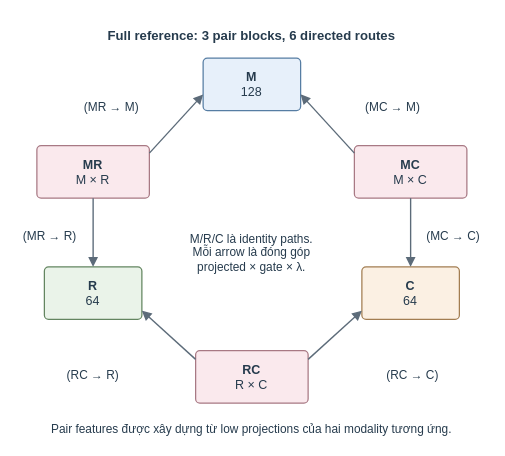
Above: figures_source/full-pairwise-graph.drawio in moimoi05/kltn (draw.io), before the change. Source tidied: cells renumbered, new cells numbered last; positions are measured from the earlier drawing's top-left corner, leaving out a move shared by most shapes. Both pictures are drawn from the tidied source at 125%, with x=0, y=0 at pixel (20, 21).
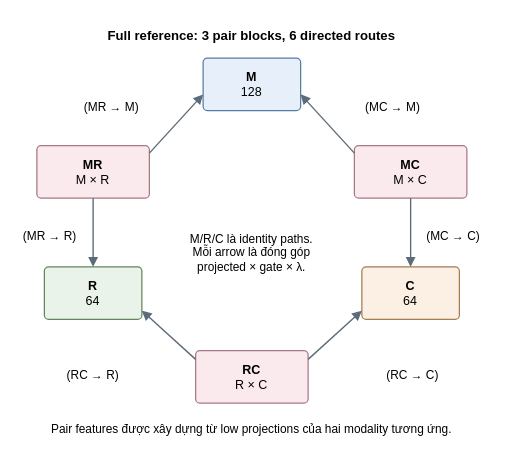
After the change.

Change to the diagram source:
```diff
@@
-    <mxCell id="2" value="Full reference: 3 pair blocks, 6 directed routes" style="html=1;fontFamily=Arial;fontColor=#263B4D;whiteSpace=wrap;text;strokeColor=none;fillColor=none;fontSize=10.5;fontStyle=1;align=center;verticalAlign=top;spacing=0;" parent="1" vertex="1">
+    <mxCell id="2" value="Full reference: 3 pair blocks, 6 directed routes" style="html=1;fontFamily=Arial;fontColor=#000000;whiteSpace=wrap;text;strokeColor=none;fillColor=none;fontSize=10.5;fontStyle=1;align=center;verticalAlign=top;spacing=0;" parent="1" vertex="1">
       <mxGeometry x="69" width="231.9" height="13" as="geometry" />
     </mxCell>
-    <mxCell id="3" value="&lt;b&gt;M&lt;/b&gt;&lt;br&gt;128" style="html=1;fontFamily=Arial;fontColor=#263B4D;whiteSpace=wrap;rounded=1;arcSize=8;fillColor=#E7F0FA;strokeColor=#567DA3;strokeWidth=1;fontSize=10;spacing=5;" parent="1" vertex="1">
+    <mxCell id="3" value="&lt;b&gt;M&lt;/b&gt;&lt;br&gt;128" style="html=1;fontFamily=Arial;fontColor=#000000;whiteSpace=wrap;rounded=1;arcSize=8;fillColor=#E7F0FA;strokeColor=#567DA3;strokeWidth=1;fontSize=10;spacing=5;" parent="1" vertex="1">
       <mxGeometry x="146" y="29" width="78" height="42" as="geometry" />
     </mxCell>
-    <mxCell id="4" value="&lt;b&gt;MR&lt;/b&gt;&lt;br&gt;M × R" style="html=1;fontFamily=Arial;fontColor=#263B4D;whiteSpace=wrap;rounded=1;arcSize=8;fillColor=#FAE9ED;strokeColor=#A87984;strokeWidth=1;fontSize=10;spacing=5;" parent="1" vertex="1">
+    <mxCell id="4" value="&lt;b&gt;MR&lt;/b&gt;&lt;br&gt;M × R" style="html=1;fontFamily=Arial;fontColor=#000000;whiteSpace=wrap;rounded=1;arcSize=8;fillColor=#FAE9ED;strokeColor=#A87984;strokeWidth=1;fontSize=10;spacing=5;" parent="1" vertex="1">
       <mxGeometry x="13" y="99" width="90" height="42" as="geometry" />
     </mxCell>
-    <mxCell id="5" value="&lt;b&gt;MC&lt;/b&gt;&lt;br&gt;M × C" style="html=1;fontFamily=Arial;fontColor=#263B4D;whiteSpace=wrap;rounded=1;arcSize=8;fillColor=#FAE9ED;strokeColor=#A87984;strokeWidth=1;fontSize=10;spacing=5;" parent="1" vertex="1">
+    <mxCell id="5" value="&lt;b&gt;MC&lt;/b&gt;&lt;br&gt;M × C" style="html=1;fontFamily=Arial;fontColor=#000000;whiteSpace=wrap;rounded=1;arcSize=8;fillColor=#FAE9ED;strokeColor=#A87984;strokeWidth=1;fontSize=10;spacing=5;" parent="1" vertex="1">
       <mxGeometry x="267" y="99" width="90" height="42" as="geometry" />
     </mxCell>
-    <mxCell id="6" value="&lt;b&gt;R&lt;/b&gt;&lt;br&gt;64" style="html=1;fontFamily=Arial;fontColor=#263B4D;whiteSpace=wrap;rounded=1;arcSize=8;fillColor=#EAF3E9;strokeColor=#638560;strokeWidth=1;fontSize=10;spacing=5;" parent="1" vertex="1">
+    <mxCell id="6" value="&lt;b&gt;R&lt;/b&gt;&lt;br&gt;64" style="html=1;fontFamily=Arial;fontColor=#000000;whiteSpace=wrap;rounded=1;arcSize=8;fillColor=#EAF3E9;strokeColor=#638560;strokeWidth=1;fontSize=10;spacing=5;" parent="1" vertex="1">
       <mxGeometry x="19" y="196" width="78" height="42" as="geometry" />
     </mxCell>
-    <mxCell id="7" value="&lt;b&gt;C&lt;/b&gt;&lt;br&gt;64" style="html=1;fontFamily=Arial;fontColor=#263B4D;whiteSpace=wrap;rounded=1;arcSize=8;fillColor=#FBF0E3;strokeColor=#A27D51;strokeWidth=1;fontSize=10;spacing=5;" parent="1" vertex="1">
+    <mxCell id="7" value="&lt;b&gt;C&lt;/b&gt;&lt;br&gt;64" style="html=1;fontFamily=Arial;fontColor=#000000;whiteSpace=wrap;rounded=1;arcSize=8;fillColor=#FBF0E3;strokeColor=#A27D51;strokeWidth=1;fontSize=10;spacing=5;" parent="1" vertex="1">
       <mxGeometry x="273" y="196" width="78" height="42" as="geometry" />
     </mxCell>
-    <mxCell id="8" value="&lt;b&gt;RC&lt;/b&gt;&lt;br&gt;R × C" style="html=1;fontFamily=Arial;fontColor=#263B4D;whiteSpace=wrap;rounded=1;arcSize=8;fillColor=#FAE9ED;strokeColor=#A87984;strokeWidth=1;fontSize=10;spacing=5;" parent="1" vertex="1">
+    <mxCell id="8" value="&lt;b&gt;RC&lt;/b&gt;&lt;br&gt;R × C" style="html=1;fontFamily=Arial;fontColor=#000000;whiteSpace=wrap;rounded=1;arcSize=8;fillColor=#FAE9ED;strokeColor=#A87984;strokeWidth=1;fontSize=10;spacing=5;" parent="1" vertex="1">
       <mxGeometry x="140" y="263" width="90" height="42" as="geometry" />
     </mxCell>
-    <mxCell id="9" style="html=1;fontFamily=Arial;fontColor=#263B4D;whiteSpace=wrap;edgeStyle=none;rounded=0;endArrow=block;endFill=1;endSize=5;startArrow=none;startFill=1;startSize=5;strokeColor=#5C6B79;strokeWidth=1.1;" parent="1" edge="1">
+    <mxCell id="9" style="html=1;fontFamily=Arial;fontColor=#000000;whiteSpace=wrap;edgeStyle=none;rounded=0;endArrow=block;endFill=1;endSize=5;startArrow=none;startFill=1;startSize=5;strokeColor=#5C6B79;strokeWidth=1.1;" parent="1" edge="1">
       <mxGeometry relative="1" as="geometry">
         <mxPoint x="103" y="105" as="sourcePoint" />
         <mxPoint x="146" y="58" as="targetPoint" />
       </mxGeometry>
     </mxCell>
-    <mxCell id="10" style="html=1;fontFamily=Arial;fontColor=#263B4D;whiteSpace=wrap;edgeStyle=none;rounded=0;endArrow=block;endFill=1;endSize=5;startArrow=none;startFill=1;startSize=5;strokeColor=#5C6B79;strokeWidth=1.1;" parent="1" edge="1">
+    <mxCell id="10" style="html=1;fontFamily=Arial;fontColor=#000000;whiteSpace=wrap;edgeStyle=none;rounded=0;endArrow=block;endFill=1;endSize=5;startArrow=none;startFill=1;startSize=5;strokeColor=#5C6B79;strokeWidth=1.1;" parent="1" edge="1">
       <mxGeometry relative="1" as="geometry">
         <mxPoint x="267" y="105" as="sourcePoint" />
         <mxPoint x="224" y="58" as="targetPoint" />
       </mxGeometry>
     </mxCell>
-    <mxCell id="11" style="html=1;fontFamily=Arial;fontColor=#263B4D;whiteSpace=wrap;edgeStyle=none;rounded=0;endArrow=block;endFill=1;endSize=5;startArrow=none;startFill=1;startSize=5;strokeColor=#5C6B79;strokeWidth=1.1;" parent="1" edge="1">
+    <mxCell id="11" style="html=1;fontFamily=Arial;fontColor=#000000;whiteSpace=wrap;edgeStyle=none;rounded=0;endArrow=block;endFill=1;endSize=5;startArrow=none;startFill=1;startSize=5;strokeColor=#5C6B79;strokeWidth=1.1;" parent="1" edge="1">
       <mxGeometry relative="1" as="geometry">
         <mxPoint x="58" y="141" as="sourcePoint" />
         <mxPoint x="58" y="196" as="targetPoint" />
       </mxGeometry>
     </mxCell>
-    <mxCell id="12" style="html=1;fontFamily=Arial;fontColor=#263B4D;whiteSpace=wrap;edgeStyle=none;rounded=0;endArrow=block;endFill=1;endSize=5;startArrow=none;startFill=1;startSize=5;strokeColor=#5C6B79;strokeWidth=1.1;" parent="1" edge="1">
+    <mxCell id="12" style="html=1;fontFamily=Arial;fontColor=#000000;whiteSpace=wrap;edgeStyle=none;rounded=0;endArrow=block;endFill=1;endSize=5;startArrow=none;startFill=1;startSize=5;strokeColor=#5C6B79;strokeWidth=1.1;" parent="1" edge="1">
       <mxGeometry relative="1" as="geometry">
         <mxPoint x="312" y="141" as="sourcePoint" />
         <mxPoint x="312" y="196" as="targetPoint" />
       </mxGeometry>
     </mxCell>
-    <mxCell id="13" style="html=1;fontFamily=Arial;fontColor=#263B4D;whiteSpace=wrap;edgeStyle=none;rounded=0;endArrow=block;endFill=1;endSize=5;startArrow=none;startFill=1;startSize=5;strokeColor=#5C6B79;strokeWidth=1.1;" parent="1" edge="1">
+    <mxCell id="13" style="html=1;fontFamily=Arial;fontColor=#000000;whiteSpace=wrap;edgeStyle=none;rounded=0;endArrow=block;endFill=1;endSize=5;startArrow=none;startFill=1;startSize=5;strokeColor=#5C6B79;strokeWidth=1.1;" parent="1" edge="1">
       <mxGeometry relative="1" as="geometry">
         <mxPoint x="140" y="270" as="sourcePoint" />
         <mxPoint x="97" y="231" as="targetPoint" />
       </mxGeometry>
     </mxCell>
-    <mxCell id="14" style="html=1;fontFamily=Arial;fontColor=#263B4D;whiteSpace=wrap;edgeStyle=none;rounded=0;endArrow=block;endFill=1;endSize=5;startArrow=none;startFill=1;startSize=5;strokeColor=#5C6B79;strokeWidth=1.1;" parent="1" edge="1">
+    <mxCell id="14" style="html=1;fontFamily=Arial;fontColor=#000000;whiteSpace=wrap;edgeStyle=none;rounded=0;endArrow=block;endFill=1;endSize=5;startArrow=none;startFill=1;startSize=5;strokeColor=#5C6B79;strokeWidth=1.1;" parent="1" edge="1">
       <mxGeometry relative="1" as="geometry">
         <mxPoint x="230" y="270" as="sourcePoint" />
         <mxPoint x="273" y="231" as="targetPoint" />
       </mxGeometry>
     </mxCell>
-    <mxCell id="15" value="(MR → M)" style="html=1;fontFamily=Arial;fontColor=#263B4D;whiteSpace=wrap;text;strokeColor=none;fillColor=none;fontSize=9.5;fontStyle=0;align=center;verticalAlign=top;spacing=0;" parent="1" vertex="1">
+    <mxCell id="15" value="(MR → M)" style="html=1;fontFamily=Arial;fontColor=#000000;whiteSpace=wrap;text;strokeColor=none;fillColor=none;fontSize=9.5;fontStyle=0;align=center;verticalAlign=top;spacing=0;" parent="1" vertex="1">
       <mxGeometry x="50.1" y="58" width="45.8" height="11.8" as="geometry" />
     </mxCell>
-    <mxCell id="16" value="(MC → M)" style="html=1;fontFamily=Arial;fontColor=#263B4D;whiteSpace=wrap;text;strokeColor=none;fillColor=none;fontSize=9.5;fontStyle=0;align=center;verticalAlign=top;spacing=0;" parent="1" vertex="1">
+    <mxCell id="16" value="(MC → M)" style="html=1;fontFamily=Arial;fontColor=#000000;whiteSpace=wrap;text;strokeColor=none;fillColor=none;fontSize=9.5;fontStyle=0;align=center;verticalAlign=top;spacing=0;" parent="1" vertex="1">
       <mxGeometry x="275.1" y="58" width="45.8" height="11.8" as="geometry" />
     </mxCell>
-    <mxCell id="17" value="(MR → R)" style="html=1;fontFamily=Arial;fontColor=#263B4D;whiteSpace=wrap;text;strokeColor=none;fillColor=none;fontSize=9.5;fontStyle=0;align=right;verticalAlign=top;spacing=0;" parent="1" vertex="1">
+    <mxCell id="17" value="(MR → R)" style="html=1;fontFamily=Arial;fontColor=#000000;whiteSpace=wrap;text;strokeColor=none;fillColor=none;fontSize=9.5;fontStyle=0;align=right;verticalAlign=top;spacing=0;" parent="1" vertex="1">
       <mxGeometry x="0.3" y="161" width="44.7" height="11.8" as="geometry" />
     </mxCell>
-    <mxCell id="18" value="(MC → C)" style="html=1;fontFamily=Arial;fontColor=#263B4D;whiteSpace=wrap;text;strokeColor=none;fillColor=none;fontSize=9.5;fontStyle=0;align=left;verticalAlign=top;spacing=0;" parent="1" vertex="1">
+    <mxCell id="18" value="(MC → C)" style="html=1;fontFamily=Arial;fontColor=#000000;whiteSpace=wrap;text;strokeColor=none;fillColor=none;fontSize=9.5;fontStyle=0;align=left;verticalAlign=top;spacing=0;" parent="1" vertex="1">
       <mxGeometry x="325" y="161" width="44.7" height="11.8" as="geometry" />
     </mxCell>
-    <mxCell id="19" value="(RC → R)" style="html=1;fontFamily=Arial;fontColor=#263B4D;whiteSpace=wrap;text;strokeColor=none;fillColor=none;fontSize=9.5;fontStyle=0;align=right;verticalAlign=top;spacing=0;" parent="1" vertex="1">
+    <mxCell id="19" value="(RC → R)" style="html=1;fontFamily=Arial;fontColor=#000000;whiteSpace=wrap;text;strokeColor=none;fillColor=none;fontSize=9.5;fontStyle=0;align=right;verticalAlign=top;spacing=0;" parent="1" vertex="1">
       <mxGeometry x="35.3" y="272" width="43.7" height="11.8" as="geometry" />
     </mxCell>
-    <mxCell id="20" value="(RC → C)" style="html=1;fontFamily=Arial;fontColor=#263B4D;whiteSpace=wrap;text;strokeColor=none;fillColor=none;fontSize=9.5;fontStyle=0;align=left;verticalAlign=top;spacing=0;" parent="1" vertex="1">
+    <mxCell id="20" value="(RC → C)" style="html=1;fontFamily=Arial;fontColor=#000000;whiteSpace=wrap;text;strokeColor=none;fillColor=none;fontSize=9.5;fontStyle=0;align=left;verticalAlign=top;spacing=0;" parent="1" vertex="1">
       <mxGeometry x="293" y="272" width="43.7" height="11.8" as="geometry" />
     </mxCell>
-    <mxCell id="21" value="M/R/C là identity paths.&lt;br&gt;Mỗi arrow là đóng góp&lt;br&gt;projected × gate × λ." style="html=1;fontFamily=Arial;fontColor=#263B4D;whiteSpace=wrap;text;strokeColor=none;fillColor=none;fontSize=9.5;fontStyle=0;align=center;verticalAlign=top;spacing=0;" parent="1" vertex="1">
+    <mxCell id="21" value="M/R/C là identity paths.&lt;br&gt;Mỗi arrow là đóng góp&lt;br&gt;projected × gate × λ." style="html=1;fontFamily=Arial;fontColor=#000000;whiteSpace=wrap;text;strokeColor=none;fillColor=none;fontSize=9.5;fontStyle=0;align=center;verticalAlign=top;spacing=0;" parent="1" vertex="1">
       <mxGeometry x="134.9" y="163" width="100.2" height="35.3" as="geometry" />
     </mxCell>
-    <mxCell id="22" value="Pair features được xây dựng từ low projections của hai modality tương ứng." style="html=1;fontFamily=Arial;fontColor=#263B4D;whiteSpace=wrap;text;strokeColor=none;fillColor=none;fontSize=9.5;fontStyle=0;align=center;verticalAlign=top;spacing=0;" parent="1" vertex="1">
+    <mxCell id="22" value="Pair features được xây dựng từ low projections của hai modality tương ứng." style="html=1;fontFamily=Arial;fontColor=#000000;whiteSpace=wrap;text;strokeColor=none;fillColor=none;fontSize=9.5;fontStyle=0;align=center;verticalAlign=top;spacing=0;" parent="1" vertex="1">
       <mxGeometry x="23.8" y="315" width="322.4" height="11.8" as="geometry" />
     </mxCell>
```
